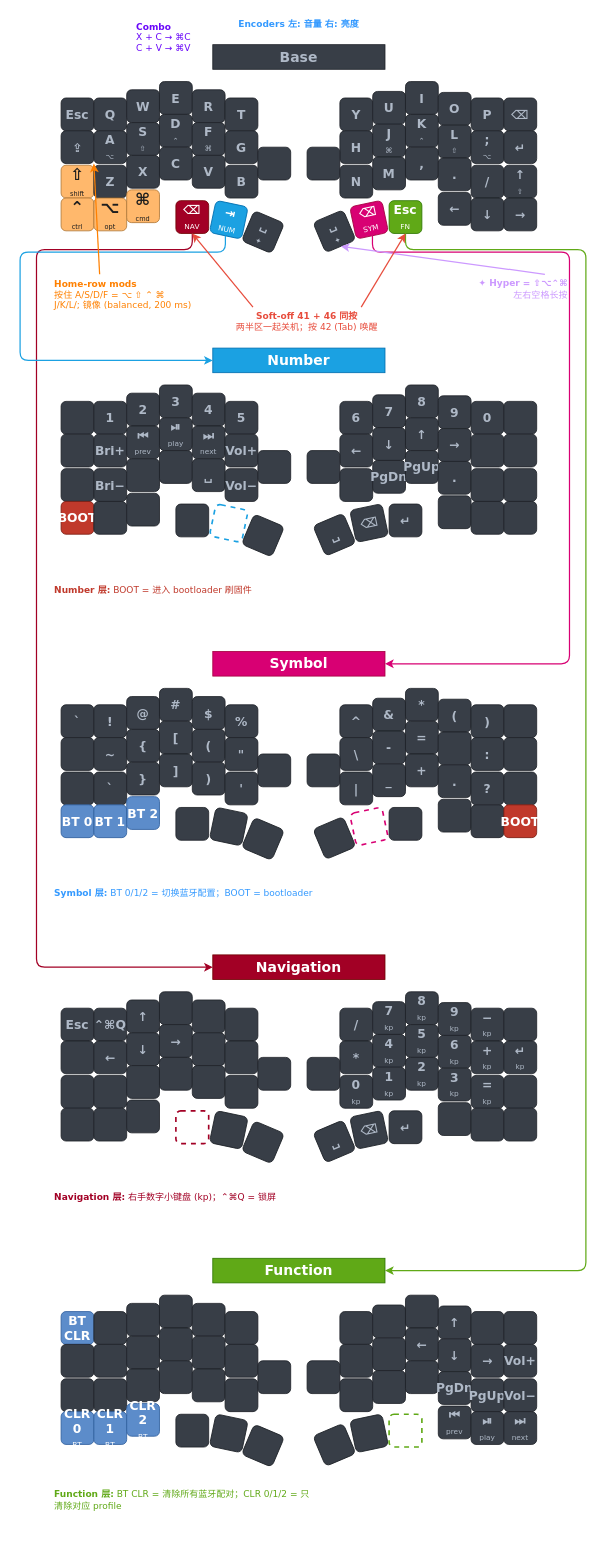
This is draw/cornix_keymap.drawio.xml from zhenlonghe/zmk-keyboard-cornix, a draw.io file, before an edit. Source tidied: cells renumbered, new cells numbered last; positions are measured from the earlier drawing's top-left corner, leaving out a move shared by most shapes. Both pictures are drawn from the tidied source at 82%, with x=0, y=0 at pixel (20, 16).
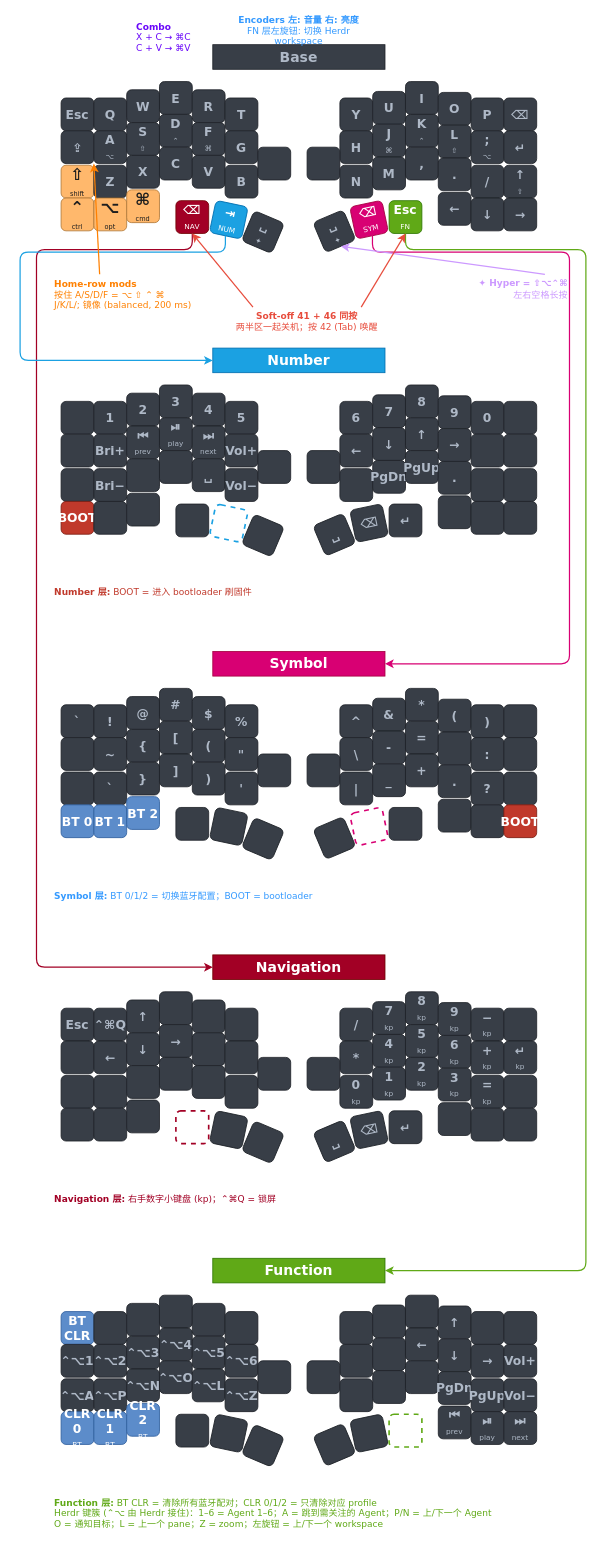
After the change.

Commit message (it also covers changes not shown here):
keymap(cornix): FN 层左手改为 Herdr 控制键簇，左旋钮切 workspace

Change to the diagram source:
```diff
@@
-    <mxCell id="104" value="&lt;b&gt;Number 层:&lt;/b&gt; BOOT = 进入 bootloader 刷固件" style="text;html=1;strokeColor=none;fillColor=none;align=left;verticalAlign=middle;whiteSpace=wrap;fontFamily=Verdana;fontSize=11;fontColor=#c0392b;" parent="1" vertex="1">
-      <mxGeometry x="40" y="690" width="320" height="20" as="geometry" />
+    <mxCell id="104" value="&lt;b&gt;Number 层:&lt;/b&gt; BOOT = 进入 bootloader 刷固件" style="text;html=1;strokeColor=none;fillColor=none;align=left;verticalAlign=top;whiteSpace=wrap;fontFamily=Verdana;fontSize=11;fontColor=#c0392b;" parent="1" vertex="1">
+      <mxGeometry x="40" y="690" width="560" height="20" as="geometry" />
     </mxCell>
@@
-    <mxCell id="156" value="&lt;b&gt;Symbol 层:&lt;/b&gt; BT 0/1/2 = 切换蓝牙配置；BOOT = bootloader" style="text;html=1;strokeColor=none;fillColor=none;align=left;verticalAlign=middle;whiteSpace=wrap;fontFamily=Verdana;fontSize=11;fontColor=#3399FF;" parent="1" vertex="1">
-      <mxGeometry x="40" y="1060" width="320" height="20" as="geometry" />
+    <mxCell id="156" value="&lt;b&gt;Symbol 层:&lt;/b&gt; BT 0/1/2 = 切换蓝牙配置；BOOT = bootloader" style="text;html=1;strokeColor=none;fillColor=none;align=left;verticalAlign=top;whiteSpace=wrap;fontFamily=Verdana;fontSize=11;fontColor=#3399FF;" parent="1" vertex="1">
+      <mxGeometry x="40" y="1060" width="560" height="20" as="geometry" />
     </mxCell>
@@
-    <mxCell id="208" value="&lt;b&gt;Navigation 层:&lt;/b&gt; 右手数字小键盘 (kp)；⌃⌘Q = 锁屏" style="text;html=1;strokeColor=none;fillColor=none;align=left;verticalAlign=middle;whiteSpace=wrap;fontFamily=Verdana;fontSize=11;fontColor=#a20025;" parent="1" vertex="1">
-      <mxGeometry x="40" y="1430" width="320" height="20" as="geometry" />
+    <mxCell id="208" value="&lt;b&gt;Navigation 层:&lt;/b&gt; 右手数字小键盘 (kp)；⌃⌘Q = 锁屏" style="text;html=1;strokeColor=none;fillColor=none;align=left;verticalAlign=top;whiteSpace=wrap;fontFamily=Verdana;fontSize=11;fontColor=#a20025;" parent="1" vertex="1">
+      <mxGeometry x="40" y="1430" width="560" height="20" as="geometry" />
     </mxCell>
@@
-    <mxCell id="222" style="whiteSpace=wrap;html=1;rounded=1;fontFamily=Verdana;fontSize=15;fontStyle=1;fillColor=#383E47;strokeColor=#1e2228;fontColor=#AFB9C7;" parent="1" vertex="1">
+    <mxCell id="222" value="⌃⌥1" style="whiteSpace=wrap;html=1;rounded=1;fontFamily=Verdana;fontSize=15;fontStyle=1;fillColor=#383E47;strokeColor=#1e2228;fontColor=#AFB9C7;" parent="1" vertex="1">
       <mxGeometry x="50" y="1620" width="40" height="40" as="geometry" />
     </mxCell>
-    <mxCell id="223" style="whiteSpace=wrap;html=1;rounded=1;fontFamily=Verdana;fontSize=15;fontStyle=1;fillColor=#383E47;strokeColor=#1e2228;fontColor=#AFB9C7;" parent="1" vertex="1">
+    <mxCell id="223" value="⌃⌥2" style="whiteSpace=wrap;html=1;rounded=1;fontFamily=Verdana;fontSize=15;fontStyle=1;fillColor=#383E47;strokeColor=#1e2228;fontColor=#AFB9C7;" parent="1" vertex="1">
       <mxGeometry x="90" y="1620" width="40" height="40" as="geometry" />
     </mxCell>
-    <mxCell id="224" style="whiteSpace=wrap;html=1;rounded=1;fontFamily=Verdana;fontSize=15;fontStyle=1;fillColor=#383E47;strokeColor=#1e2228;fontColor=#AFB9C7;" parent="1" vertex="1">
+    <mxCell id="224" value="⌃⌥3" style="whiteSpace=wrap;html=1;rounded=1;fontFamily=Verdana;fontSize=15;fontStyle=1;fillColor=#383E47;strokeColor=#1e2228;fontColor=#AFB9C7;" parent="1" vertex="1">
       <mxGeometry x="130" y="1610" width="40" height="40" as="geometry" />
     </mxCell>
-    <mxCell id="225" style="whiteSpace=wrap;html=1;rounded=1;fontFamily=Verdana;fontSize=15;fontStyle=1;fillColor=#383E47;strokeColor=#1e2228;fontColor=#AFB9C7;" parent="1" vertex="1">
+    <mxCell id="225" value="⌃⌥4" style="whiteSpace=wrap;html=1;rounded=1;fontFamily=Verdana;fontSize=15;fontStyle=1;fillColor=#383E47;strokeColor=#1e2228;fontColor=#AFB9C7;" parent="1" vertex="1">
       <mxGeometry x="170" y="1600" width="40" height="40" as="geometry" />
     </mxCell>
-    <mxCell id="226" style="whiteSpace=wrap;html=1;rounded=1;fontFamily=Verdana;fontSize=15;fontStyle=1;fillColor=#383E47;strokeColor=#1e2228;fontColor=#AFB9C7;" parent="1" vertex="1">
+    <mxCell id="226" value="⌃⌥5" style="whiteSpace=wrap;html=1;rounded=1;fontFamily=Verdana;fontSize=15;fontStyle=1;fillColor=#383E47;strokeColor=#1e2228;fontColor=#AFB9C7;" parent="1" vertex="1">
       <mxGeometry x="210" y="1610" width="40" height="40" as="geometry" />
     </mxCell>
-    <mxCell id="227" style="whiteSpace=wrap;html=1;rounded=1;fontFamily=Verdana;fontSize=15;fontStyle=1;fillColor=#383E47;strokeColor=#1e2228;fontColor=#AFB9C7;" parent="1" vertex="1">
+    <mxCell id="227" value="⌃⌥6" style="whiteSpace=wrap;html=1;rounded=1;fontFamily=Verdana;fontSize=15;fontStyle=1;fillColor=#383E47;strokeColor=#1e2228;fontColor=#AFB9C7;" parent="1" vertex="1">
       <mxGeometry x="250" y="1620" width="40" height="40" as="geometry" />
     </mxCell>
@@
-    <mxCell id="234" style="whiteSpace=wrap;html=1;rounded=1;fontFamily=Verdana;fontSize=15;fontStyle=1;fillColor=#383E47;strokeColor=#1e2228;fontColor=#AFB9C7;" parent="1" vertex="1">
+    <mxCell id="234" value="⌃⌥A" style="whiteSpace=wrap;html=1;rounded=1;fontFamily=Verdana;fontSize=15;fontStyle=1;fillColor=#383E47;strokeColor=#1e2228;fontColor=#AFB9C7;" parent="1" vertex="1">
       <mxGeometry x="50" y="1662" width="40" height="40" as="geometry" />
     </mxCell>
-    <mxCell id="235" style="whiteSpace=wrap;html=1;rounded=1;fontFamily=Verdana;fontSize=15;fontStyle=1;fillColor=#383E47;strokeColor=#1e2228;fontColor=#AFB9C7;" parent="1" vertex="1">
+    <mxCell id="235" value="⌃⌥P" style="whiteSpace=wrap;html=1;rounded=1;fontFamily=Verdana;fontSize=15;fontStyle=1;fillColor=#383E47;strokeColor=#1e2228;fontColor=#AFB9C7;" parent="1" vertex="1">
       <mxGeometry x="90" y="1662" width="40" height="40" as="geometry" />
     </mxCell>
-    <mxCell id="236" style="whiteSpace=wrap;html=1;rounded=1;fontFamily=Verdana;fontSize=15;fontStyle=1;fillColor=#383E47;strokeColor=#1e2228;fontColor=#AFB9C7;" parent="1" vertex="1">
+    <mxCell id="236" value="⌃⌥N" style="whiteSpace=wrap;html=1;rounded=1;fontFamily=Verdana;fontSize=15;fontStyle=1;fillColor=#383E47;strokeColor=#1e2228;fontColor=#AFB9C7;" parent="1" vertex="1">
       <mxGeometry x="130" y="1650" width="40" height="40" as="geometry" />
     </mxCell>
-    <mxCell id="237" style="whiteSpace=wrap;html=1;rounded=1;fontFamily=Verdana;fontSize=15;fontStyle=1;fillColor=#383E47;strokeColor=#1e2228;fontColor=#AFB9C7;" parent="1" vertex="1">
+    <mxCell id="237" value="⌃⌥O" style="whiteSpace=wrap;html=1;rounded=1;fontFamily=Verdana;fontSize=15;fontStyle=1;fillColor=#383E47;strokeColor=#1e2228;fontColor=#AFB9C7;" parent="1" vertex="1">
       <mxGeometry x="170" y="1640" width="40" height="40" as="geometry" />
     </mxCell>
-    <mxCell id="238" style="whiteSpace=wrap;html=1;rounded=1;fontFamily=Verdana;fontSize=15;fontStyle=1;fillColor=#383E47;strokeColor=#1e2228;fontColor=#AFB9C7;" parent="1" vertex="1">
+    <mxCell id="238" value="⌃⌥L" style="whiteSpace=wrap;html=1;rounded=1;fontFamily=Verdana;fontSize=15;fontStyle=1;fillColor=#383E47;strokeColor=#1e2228;fontColor=#AFB9C7;" parent="1" vertex="1">
       <mxGeometry x="210" y="1650" width="40" height="40" as="geometry" />
     </mxCell>
-    <mxCell id="239" style="whiteSpace=wrap;html=1;rounded=1;fontFamily=Verdana;fontSize=15;fontStyle=1;fillColor=#383E47;strokeColor=#1e2228;fontColor=#AFB9C7;" parent="1" vertex="1">
+    <mxCell id="239" value="⌃⌥Z" style="whiteSpace=wrap;html=1;rounded=1;fontFamily=Verdana;fontSize=15;fontStyle=1;fillColor=#383E47;strokeColor=#1e2228;fontColor=#AFB9C7;" parent="1" vertex="1">
       <mxGeometry x="250" y="1662" width="40" height="40" as="geometry" />
     </mxCell>
@@
-    <mxCell id="260" value="&lt;b&gt;Function 层:&lt;/b&gt; BT CLR = 清除所有蓝牙配对；CLR 0/1/2 = 只清除对应 profile" style="text;html=1;strokeColor=none;fillColor=none;align=left;verticalAlign=middle;whiteSpace=wrap;fontFamily=Verdana;fontSize=11;fontColor=#60a917;" parent="1" vertex="1">
-      <mxGeometry x="40" y="1800" width="320" height="20" as="geometry" />
+    <mxCell id="260" value="&lt;b&gt;Function 层:&lt;/b&gt; BT CLR = 清除所有蓝牙配对；CLR 0/1/2 = 只清除对应 profile&lt;br&gt;Herdr 键簇 (⌃⌥ 由 Herdr 接住)：1–6 = Agent 1–6；A = 跳到需关注的 Agent；P/N = 上/下一个 Agent&lt;br&gt;O = 通知目标；L = 上一个 pane；Z = zoom；左旋钮 = 上/下一个 workspace" style="text;html=1;strokeColor=none;fillColor=none;align=left;verticalAlign=top;whiteSpace=wrap;fontFamily=Verdana;fontSize=11;fontColor=#60a917;" parent="1" vertex="1">
+      <mxGeometry x="40" y="1800" width="560" height="52" as="geometry" />
     </mxCell>
@@
-    <mxCell id="272" value="&lt;b&gt;Encoders 左: 音量  右: 亮度&lt;/b&gt;" style="text;html=1;strokeColor=none;fillColor=none;align=center;verticalAlign=middle;whiteSpace=wrap;fontFamily=Verdana;fontSize=11;fontColor=#3399FF;" parent="1" vertex="1">
-      <mxGeometry x="260" width="160" height="20" as="geometry" />
+    <mxCell id="272" value="&lt;b&gt;Encoders 左: 音量  右: 亮度&lt;/b&gt;&lt;br&gt;FN 层左旋钮: 切换 Herdr workspace" style="text;html=1;strokeColor=none;fillColor=none;align=center;verticalAlign=middle;whiteSpace=wrap;fontFamily=Verdana;fontSize=11;fontColor=#3399FF;" parent="1" vertex="1">
+      <mxGeometry x="250" y="2" width="180" height="32" as="geometry" />
     </mxCell>
```
